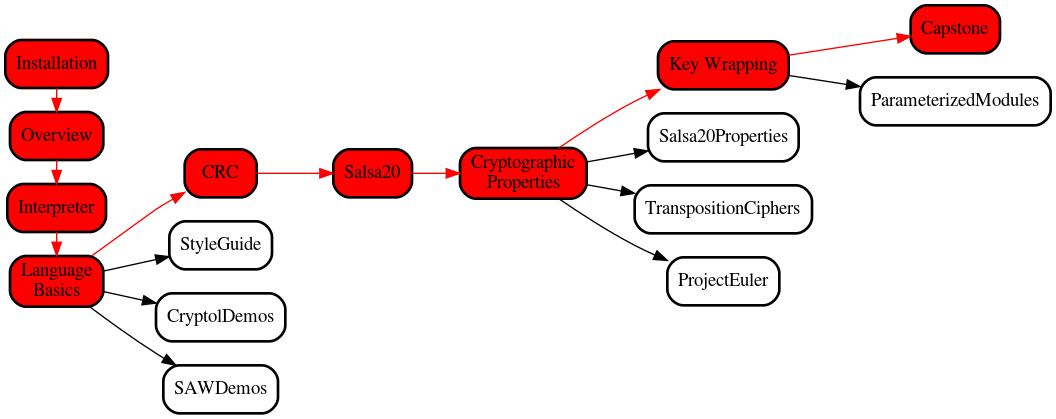
Earlier version of the Graphviz export misc/CryptolCourse.gv.png (weaversa/cryptol-course). Its source is kept beside it as misc/CryptolCourse.gv.
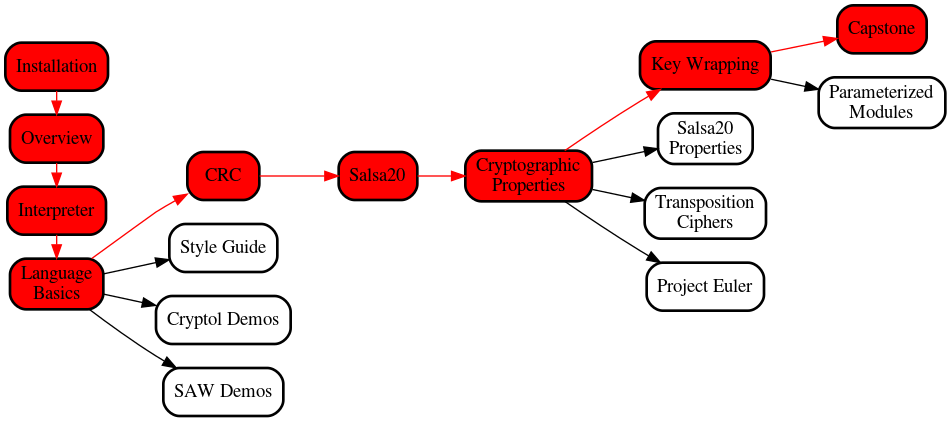
The same file after the commit.

Diff of the diagram source:
```diff
@@ -30,6 +30,13 @@
   LanguageBasics             [label = "Language\nBasics"]
   CryptographicProperties    [label = "Cryptographic\nProperties"]
   KeyWrapping                [label = "Key Wrapping"]
+  CryptolDemos               [label = "Cryptol Demos"]
+  SAWDemos                   [label = "SAW Demos"]
+  TranspositionCiphers       [label = "Transposition\nCiphers"]
+  ParameterizedModules       [label = "Parameterized\nModules"]
+  Salsa20Properties          [label = "Salsa20\nProperties"]
+  StyleGuide                 [label = "Style Guide"]
+  ProjectEuler               [label = "Project Euler"]
 
   edge [color=red];
 
```
